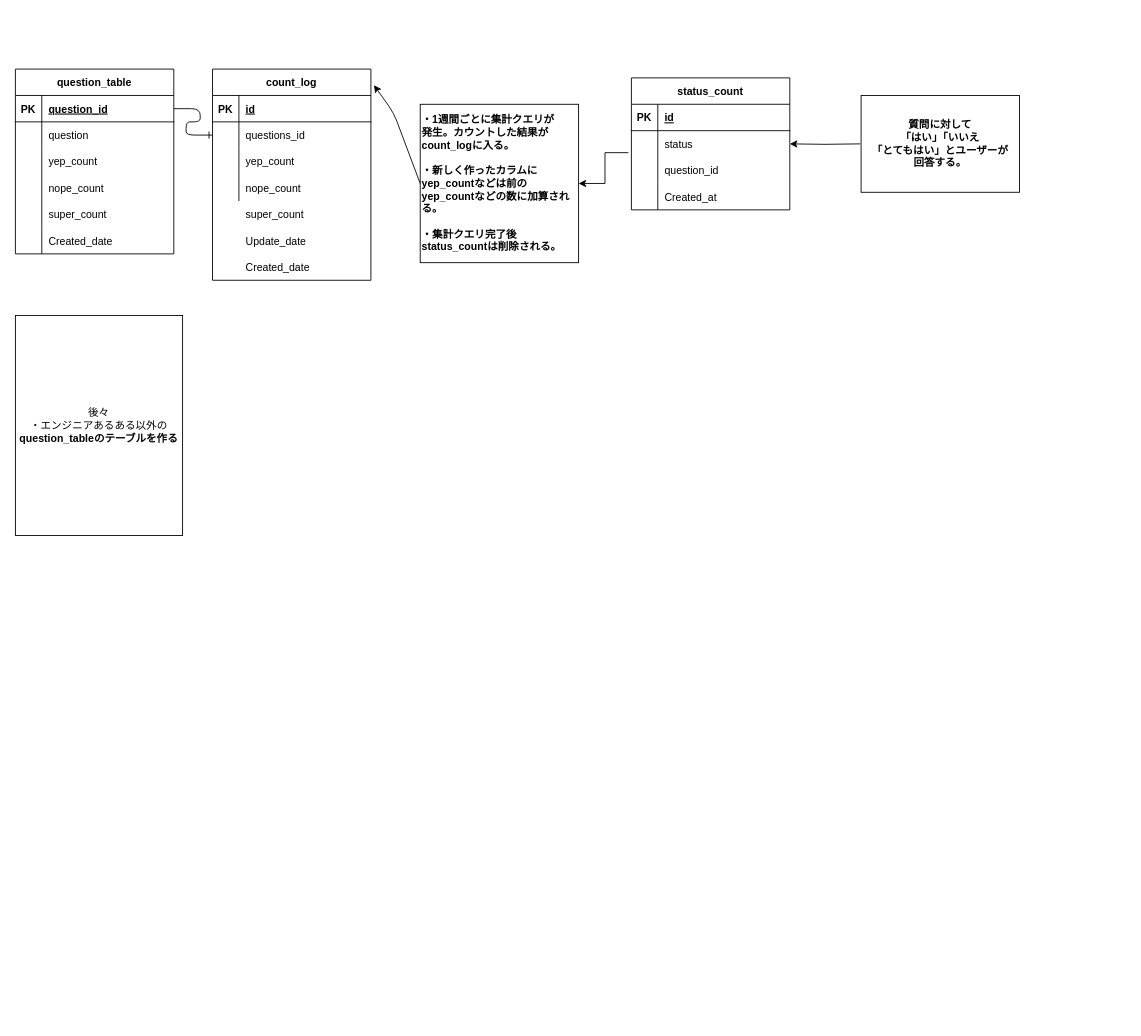
Before: page "プロとDB" (1 of 3) of Untitled Diagram.drawio in ryo-n-cell/aruaruSet, a draw.io diagram. Source tidied: cells renumbered, new cells numbered last; positions are measured from the earlier drawing's top-left corner, leaving out a move shared by most shapes. Both pictures are drawn from the tidied source at 88%, with x=0, y=0 at pixel (15, 69).
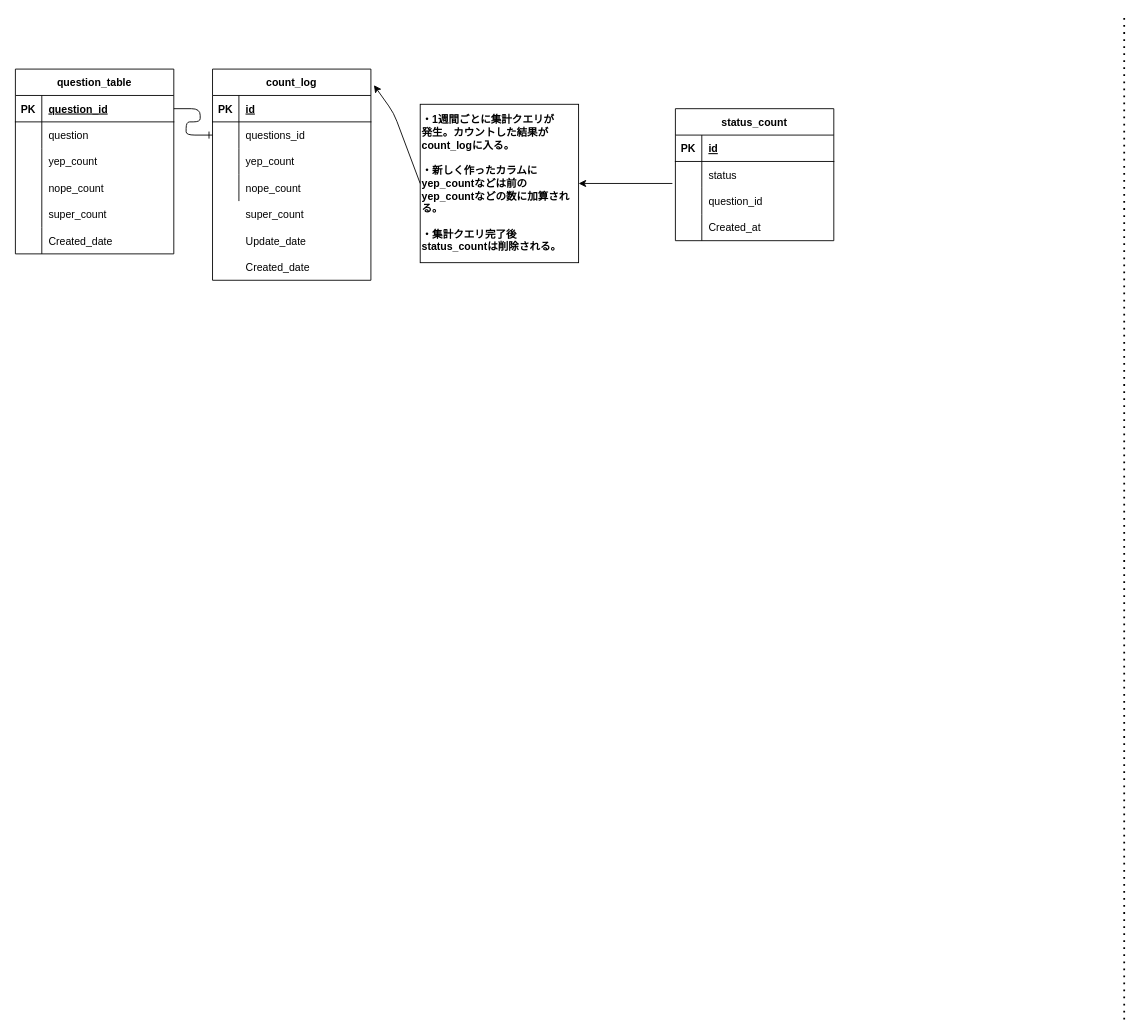
After the change.

The change refers to these unchanged cells:
```xml
<mxCell id="32" style="shape=partialRectangle;fillColor=none;top=0;left=0;bottom=0;right=0;points=[[0,0.5],[1,0.5]];portConstraint=eastwest;" parent="28" vertex="1">
  <mxGeometry y="60" width="180" height="30" as="geometry" />
</mxCell>
```

What changed in the source:
```diff
@@
     <mxCell id="28" value="status_count" style="shape=table;startSize=30;childLayout=tableLayout;rowLines=0;fontStyle=1;align=center;" parent="1" vertex="1">
-      <mxGeometry x="700" y="10" width="180" height="150" as="geometry" />
+      <mxGeometry x="750" y="45" width="180" height="150" as="geometry" />
     </mxCell>
@@
-    <mxCell id="51" style="edgeStyle=orthogonalEdgeStyle;rounded=0;jettySize=auto;html=1;entryX=1;entryY=0.5;entryDx=0;entryDy=0;" parent="1" edge="1" target="32">
-      <mxGeometry relative="1" as="geometry">
-        <mxPoint x="960" y="85" as="sourcePoint" />
-      </mxGeometry>
-    </mxCell>
-    <mxCell id="52" value="質問に対して&lt;br&gt;「はい」「いいえ&lt;br&gt;「とてもはい」とユーザーが&lt;br&gt;回答する。" style="whiteSpace=wrap;html=1;fontStyle=1;startSize=30;" parent="1" vertex="1">
-      <mxGeometry x="961" y="30" width="180" height="110" as="geometry" />
-    </mxCell>
-    <mxCell id="53" value="後々&lt;br&gt;・エンジニアあるある以外の&lt;span style=&quot;font-weight: 700&quot;&gt;question_tableのテーブルを作る&lt;br&gt;&lt;/span&gt;" style="rounded=0;whiteSpace=wrap;html=1;" parent="1" vertex="1">
-      <mxGeometry y="280" width="190" height="250" as="geometry" />
-    </mxCell>
+    <mxCell id="54" style="endArrow=none;dashed=1;html=1;dashPattern=1 3;strokeWidth=2;" parent="1" edge="1">
+      <mxGeometry relative="1" as="geometry">
+        <mxPoint x="1260" y="1080" as="sourcePoint" />
+        <mxPoint x="1260" y="-60" as="targetPoint" />
+      </mxGeometry>
+    </mxCell>
```
